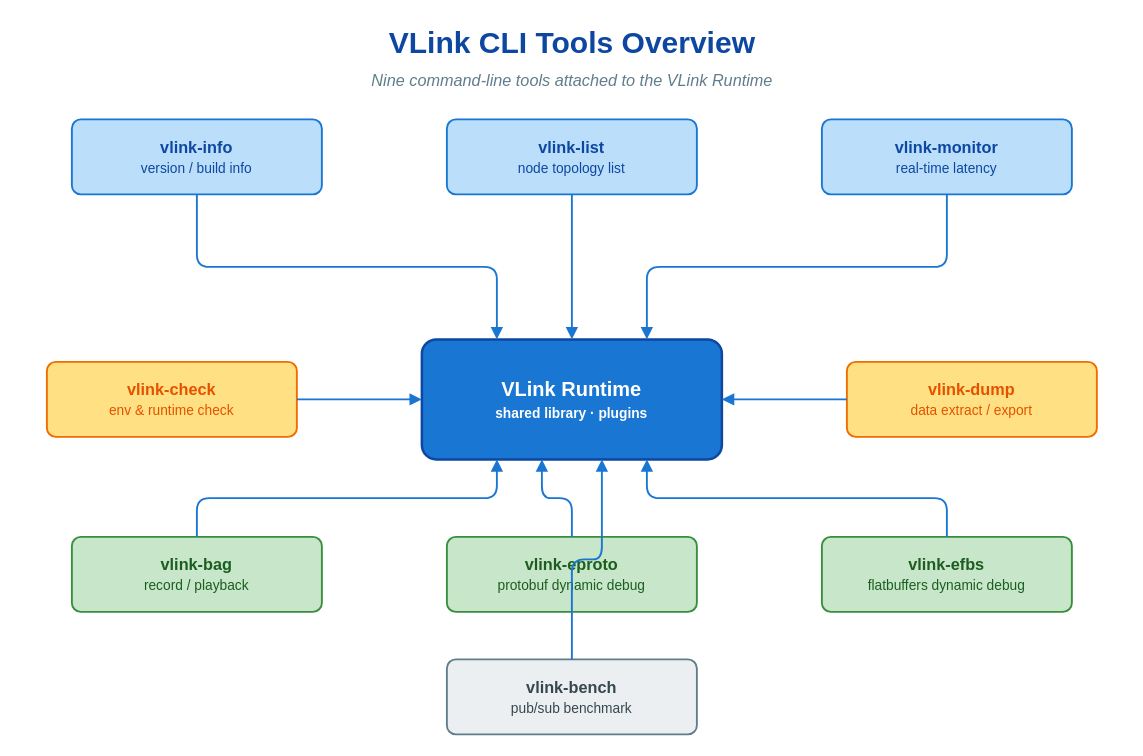
This is doc/images/cli-tools-overview.drawio from thun-res/vlink, a draw.io file, before an edit. Source tidied: cells renumbered, new cells numbered last; positions are measured from the earlier drawing's top-left corner, leaving out a move shared by most shapes. Both pictures are drawn from the tidied source at 125%, with x=0, y=0 at pixel (21, 21).
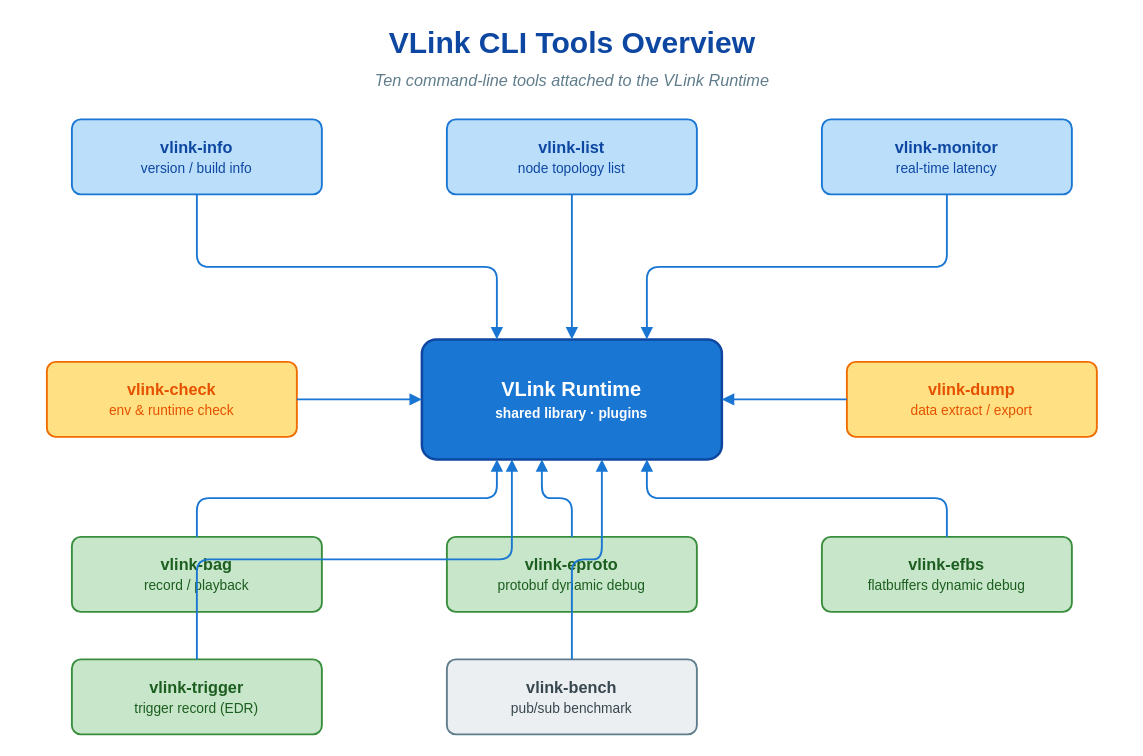
Above is the later version.

Unchanged cells that the change refers to:
```xml
<mxCell id="4" value="&lt;b style=&quot;font-size:16px;&quot;&gt;VLink Runtime&lt;/b&gt;&lt;br/&gt;&lt;span style=&quot;font-size:11px;&quot;&gt;shared library · plugins&lt;/span&gt;" style="rounded=1;whiteSpace=wrap;html=1;fillColor=#1976d2;strokeColor=#0d47a1;strokeWidth=2;fontFamily=Helvetica;fontSize=14;fontColor=#ffffff;fontStyle=1;shadow=0;arcSize=12;" parent="1" vertex="1">
  <mxGeometry x="320" y="254" width="240" height="96" as="geometry" />
</mxCell>
```

The edit, as a diff of the source:
```diff
@@
-    <mxCell id="3" value="Nine command-line tools attached to the VLink Runtime" style="text;html=1;align=center;verticalAlign=middle;strokeColor=none;fillColor=none;fontFamily=Helvetica;fontSize=13;fontStyle=2;fontColor=#607d8b;" parent="1" vertex="1">
+    <mxCell id="3" value="Ten command-line tools attached to the VLink Runtime" style="text;html=1;align=center;verticalAlign=middle;strokeColor=none;fillColor=none;fontFamily=Helvetica;fontSize=13;fontStyle=2;fontColor=#607d8b;" parent="1" vertex="1">
       <mxGeometry y="36" width="880" height="22" as="geometry" />
     </mxCell>
@@
+    <mxCell id="23" value="&lt;b&gt;vlink-trigger&lt;/b&gt;&lt;br/&gt;&lt;span style=&quot;font-size:11px;&quot;&gt;trigger record (EDR)&lt;/span&gt;" style="rounded=1;whiteSpace=wrap;html=1;fillColor=#c8e6c9;strokeColor=#388e3c;strokeWidth=1.5;fontFamily=Helvetica;fontSize=13;fontColor=#1b5e20;shadow=0;arcSize=12;" parent="1" vertex="1">
+      <mxGeometry x="40" y="510" width="200" height="60" as="geometry" />
+    </mxCell>
@@
+    <mxCell id="24" style="edgeStyle=orthogonalEdgeStyle;rounded=1;endArrow=block;endFill=1;html=1;strokeWidth=1.5;strokeColor=#1976d2;exitX=0.5;exitY=0;entryX=0.3;entryY=1;" parent="1" edge="1" source="23" target="4">
+      <mxGeometry relative="1" as="geometry" />
+    </mxCell>
```
